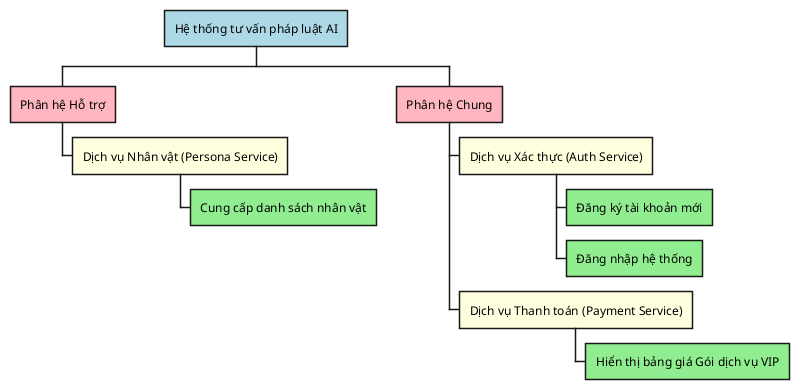
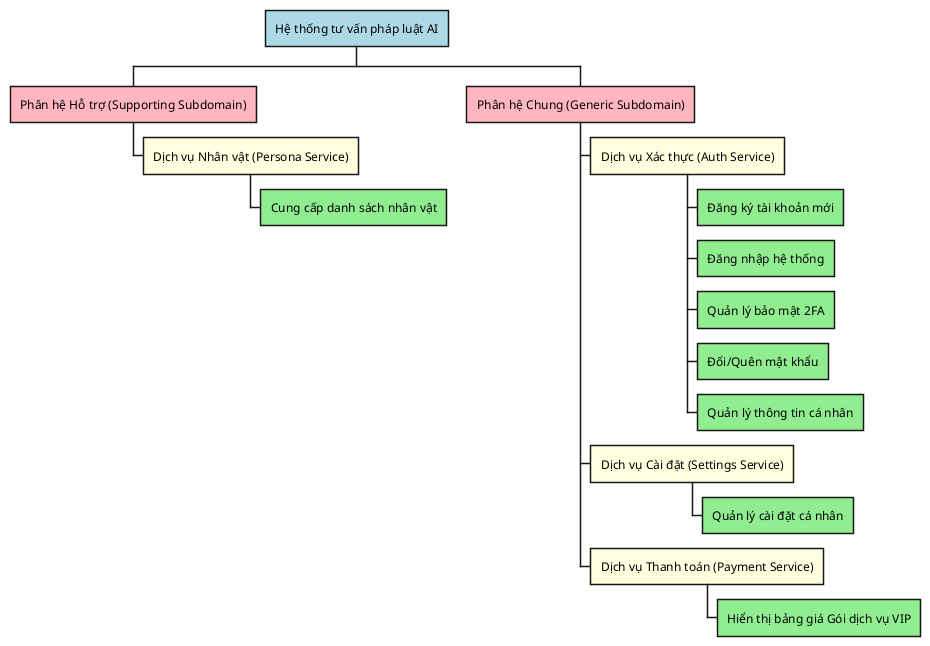
@startwbs
<style>
wbsDiagram {
  :depth(0) {
    BackgroundColor LightBlue
  }
  :depth(1) {
    BackgroundColor LightPink
  }
  :depth(2) {
    BackgroundColor LightYellow
  }
  :depth(3) {
    BackgroundColor LightGreen
  }
}
</style>






* Hệ thống tư vấn pháp luật AI

- ** Phân hệ Hỗ trợ
+ ** Phân hệ Hỗ trợ (Supporting Subdomain)
*** Dịch vụ Nhân vật (Persona Service)
**** Cung cấp danh sách nhân vật

- ** Phân hệ Chung
+ ** Phân hệ Chung (Generic Subdomain)
*** Dịch vụ Xác thực (Auth Service)
**** Đăng ký tài khoản mới
**** Đăng nhập hệ thống
+ **** Quản lý bảo mật 2FA
+ **** Đổi/Quên mật khẩu
+ **** Quản lý thông tin cá nhân
+ *** Dịch vụ Cài đặt (Settings Service)
+ **** Quản lý cài đặt cá nhân
*** Dịch vụ Thanh toán (Payment Service)
**** Hiển thị bảng giá Gói dịch vụ VIP
@endwbs
